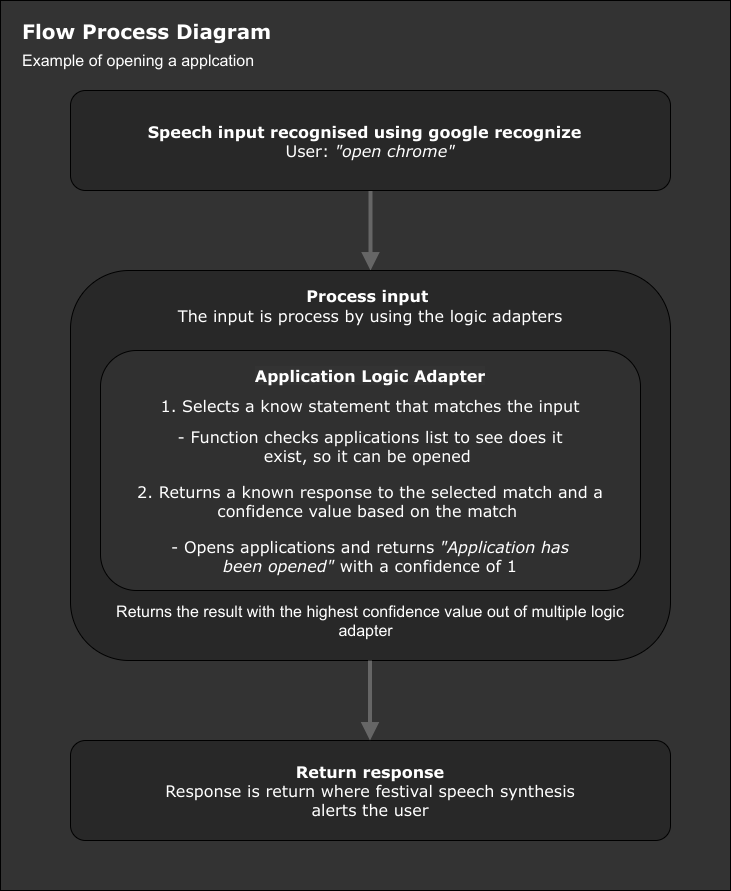
This is uploads/nutons_process_flow.png from CathalButler/nuton, a draw.io export, as it was before one commit. Source tidied: cells renumbered, new cells last; positions are measured from the earlier drawing's top-left corner, leaving out a move shared by most shapes. The source it was exported from:
```xml
<mxGraphModel>
  <root>
    <mxCell id="0" />
    <mxCell id="1" parent="0" />
    <mxCell id="2" style="rounded=0;whiteSpace=wrap;html=1;fontColor=none;labelBackgroundColor=#ffffff;noLabel=1;fillColor=#333333;" parent="1" vertex="1">
      <mxGeometry width="730" height="890" as="geometry" />
    </mxCell>
    <mxCell id="3" style="rounded=0;html=1;jettySize=auto;fontSize=13;endArrow=block;endFill=1;endSize=8;strokeWidth=4;shadow=0;labelBackgroundColor=none;edgeStyle=orthogonalEdgeStyle;entryX=0.5;entryY=0;entryDx=0;entryDy=0;strokeColor=#666666;" parent="1" edge="1" source="4" target="5">
      <mxGeometry relative="1" as="geometry" />
    </mxCell>
    <mxCell id="4" value="&lt;b style=&quot;color: rgb(255 , 255 , 255)&quot;&gt;S&lt;/b&gt;&lt;font color=&quot;#ffffff&quot;&gt;&lt;b style=&quot;font-size: 16px&quot;&gt;peech input recognised using google &lt;/b&gt;&lt;b&gt;recognize&lt;/b&gt;&lt;b style=&quot;font-size: 16px&quot;&gt;&amp;nbsp;&amp;nbsp;&lt;/b&gt;&lt;br&gt;User:&lt;i style=&quot;font-size: 16px&quot;&gt; &quot;open chrome&quot;&lt;/i&gt;&lt;br&gt;&lt;/font&gt;" style="rounded=1;whiteSpace=wrap;html=1;fontSize=16;glass=0;strokeWidth=1;shadow=0;fillColor=#282828;fontFamily=Verdana;" parent="1" vertex="1">
      <mxGeometry x="70" y="90" width="600" height="100" as="geometry" />
    </mxCell>
    <mxCell id="5" style="rounded=1;whiteSpace=wrap;html=1;labelPosition=center;verticalLabelPosition=top;align=center;verticalAlign=bottom;fillColor=#282828;" parent="1" vertex="1">
      <mxGeometry x="70" y="270" width="600" height="390" as="geometry" />
    </mxCell>
    <mxCell id="6" value="&lt;font style=&quot;font-size: 16px&quot; color=&quot;#ffffff&quot;&gt;&lt;b&gt;&lt;br&gt;&lt;/b&gt;&lt;/font&gt;" style="rounded=1;whiteSpace=wrap;html=1;fillColor=#303030;align=center;labelPosition=center;verticalLabelPosition=middle;verticalAlign=middle;" parent="1" vertex="1">
      <mxGeometry x="100" y="350" width="540" height="240" as="geometry" />
    </mxCell>
    <mxCell id="7" value="&lt;b style=&quot;font-size: 16px;&quot;&gt;&lt;font color=&quot;#ffffff&quot; style=&quot;font-size: 16px;&quot;&gt;Process input&amp;nbsp;&lt;/font&gt;&lt;/b&gt;" style="text;html=1;align=center;verticalAlign=middle;whiteSpace=wrap;rounded=0;fontFamily=Verdana;fontSize=16;" parent="1" vertex="1">
      <mxGeometry x="70" y="280" width="600" height="30" as="geometry" />
    </mxCell>
    <mxCell id="8" value="&lt;font style=&quot;font-size: 20px&quot;&gt;Flow Process Diagram&lt;br&gt;&lt;/font&gt;" style="text;html=1;strokeColor=none;fillColor=none;align=left;verticalAlign=middle;whiteSpace=wrap;rounded=0;labelBackgroundColor=#333333;fontColor=#FFFFFF;fontStyle=1;fontFamily=Verdana;fontSize=16;" parent="1" vertex="1">
      <mxGeometry x="20" y="10" width="270" height="40" as="geometry" />
    </mxCell>
    <mxCell id="9" value="&lt;font color=&quot;#ffffff&quot;&gt;The input is process by using the logic adapters&lt;/font&gt;" style="text;html=1;align=center;verticalAlign=middle;whiteSpace=wrap;rounded=0;fontFamily=Verdana;fontSize=16;" parent="1" vertex="1">
      <mxGeometry x="70" y="300" width="600" height="30" as="geometry" />
    </mxCell>
    <mxCell id="10" value="Application Logic Adapter" style="text;html=1;strokeColor=none;fillColor=none;align=center;verticalAlign=middle;whiteSpace=wrap;rounded=0;labelBackgroundColor=#333333;fontColor=#FFFFFF;fontStyle=1;fontFamily=Verdana;fontSize=16;" parent="1" vertex="1">
      <mxGeometry x="100" y="355" width="540" height="40" as="geometry" />
    </mxCell>
    <mxCell id="11" value="&lt;font color=&quot;#ffffff&quot;&gt;1. Selects a know statement that matches&amp;nbsp;the input&lt;/font&gt;" style="text;html=1;align=center;verticalAlign=middle;whiteSpace=wrap;rounded=0;fontFamily=Verdana;fontSize=16;" parent="1" vertex="1">
      <mxGeometry x="100" y="390" width="540" height="30" as="geometry" />
    </mxCell>
    <mxCell id="12" value="&lt;font color=&quot;#ffffff&quot;&gt;2. Returns a known response&amp;nbsp;to the selected match and a confidence value based on the match&amp;nbsp;&lt;/font&gt;" style="text;html=1;align=center;verticalAlign=middle;whiteSpace=wrap;rounded=0;fontFamily=Verdana;fontSize=16;" parent="1" vertex="1">
      <mxGeometry x="100" y="480" width="540" height="40" as="geometry" />
    </mxCell>
    <mxCell id="13" value="&lt;font color=&quot;#ffffff&quot;&gt;- Function checks applications list to see does it exist, so it can be opened&amp;nbsp;&lt;/font&gt;" style="text;html=1;align=center;verticalAlign=middle;whiteSpace=wrap;rounded=0;fontFamily=Verdana;fontSize=16;" parent="1" vertex="1">
      <mxGeometry x="160" y="430" width="420" height="30" as="geometry" />
    </mxCell>
    <mxCell id="14" value="&lt;font color=&quot;#ffffff&quot;&gt;- Opens applications and returns &lt;i&gt;&quot;Application has been opened&quot; &lt;/i&gt;with a confidence of 1&lt;/font&gt;" style="text;html=1;align=center;verticalAlign=middle;whiteSpace=wrap;rounded=0;fontFamily=Verdana;fontSize=16;" parent="1" vertex="1">
      <mxGeometry x="160" y="540" width="420" height="30" as="geometry" />
    </mxCell>
    <mxCell id="15" value="&lt;span style=&quot;font-size: 16px&quot;&gt;&lt;font color=&quot;#ffffff&quot; style=&quot;font-size: 16px&quot;&gt;&lt;b&gt;Return response&lt;br&gt;&lt;/b&gt;Response is return where festival speech synthesis&lt;br&gt;alerts the user&lt;br&gt;&lt;/font&gt;&lt;/span&gt;" style="rounded=1;whiteSpace=wrap;html=1;fontSize=16;glass=0;strokeWidth=1;shadow=0;fillColor=#282828;fontFamily=Verdana;" parent="1" vertex="1">
      <mxGeometry x="70" y="740" width="600" height="100" as="geometry" />
    </mxCell>
    <mxCell id="16" value="&lt;font style=&quot;font-size: 16px&quot;&gt;Example of opening a applcation&lt;/font&gt;" style="text;html=1;strokeColor=none;fillColor=none;align=left;verticalAlign=middle;whiteSpace=wrap;rounded=0;fontSize=13;fontColor=#FFFFFF;fontFamily=Helvetica;" parent="1" vertex="1">
      <mxGeometry x="20" y="50" width="410" height="20" as="geometry" />
    </mxCell>
    <mxCell id="17" value="Returns the result with the highest confidence value out of multiple logic adapter&amp;nbsp;&amp;nbsp;" style="text;html=1;strokeColor=none;fillColor=none;align=center;verticalAlign=middle;whiteSpace=wrap;rounded=0;fontFamily=Helvetica;fontSize=16;fontColor=#FFFFFF;" parent="1" vertex="1">
      <mxGeometry x="100" y="610" width="540" height="20" as="geometry" />
    </mxCell>
    <mxCell id="18" style="rounded=0;html=1;jettySize=auto;orthogonalLoop=1;fontSize=13;endArrow=block;endFill=1;endSize=8;strokeWidth=4;shadow=0;labelBackgroundColor=none;edgeStyle=orthogonalEdgeStyle;entryX=0.5;entryY=0;entryDx=0;entryDy=0;strokeColor=#666666;" parent="1" edge="1">
      <mxGeometry relative="1" as="geometry">
        <mxPoint x="369.5" y="660" as="sourcePoint" />
        <mxPoint x="369.5" y="740" as="targetPoint" />
        <Array as="points">
          <mxPoint x="369.5" y="700" />
          <mxPoint x="369.5" y="700" />
        </Array>
      </mxGeometry>
    </mxCell>
  </root>
</mxGraphModel>
```
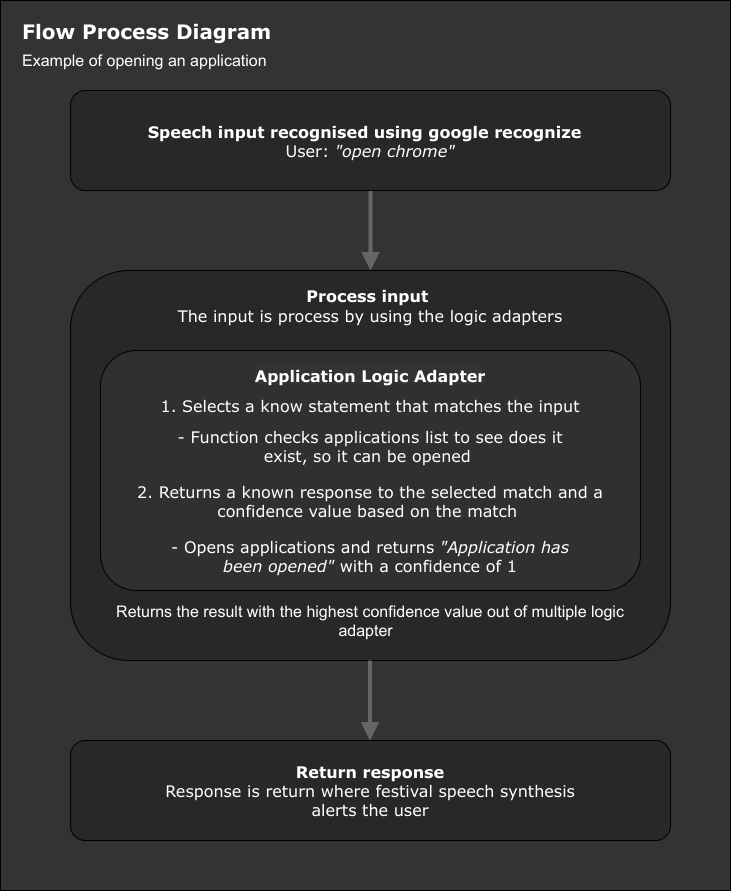
After the commit.

Commit message:
Updated Nutons text to speech to now use eSpeak as its more compatible. Updated README.md

Diff of the diagram source:
```diff
@@ -44,7 +44,7 @@
     <mxCell id="15" value="&lt;span style=&quot;font-size: 16px&quot;&gt;&lt;font color=&quot;#ffffff&quot; style=&quot;font-size: 16px&quot;&gt;&lt;b&gt;Return response&lt;br&gt;&lt;/b&gt;Response is return where festival speech synthesis&lt;br&gt;alerts the user&lt;br&gt;&lt;/font&gt;&lt;/span&gt;" style="rounded=1;whiteSpace=wrap;html=1;fontSize=16;glass=0;strokeWidth=1;shadow=0;fillColor=#282828;fontFamily=Verdana;" parent="1" vertex="1">
       <mxGeometry x="70" y="740" width="600" height="100" as="geometry" />
     </mxCell>
-    <mxCell id="16" value="&lt;font style=&quot;font-size: 16px&quot;&gt;Example of opening a applcation&lt;/font&gt;" style="text;html=1;strokeColor=none;fillColor=none;align=left;verticalAlign=middle;whiteSpace=wrap;rounded=0;fontSize=13;fontColor=#FFFFFF;fontFamily=Helvetica;" parent="1" vertex="1">
+    <mxCell id="16" value="&lt;font style=&quot;font-size: 16px&quot;&gt;Example of opening an application&lt;/font&gt;" style="text;html=1;strokeColor=none;fillColor=none;align=left;verticalAlign=middle;whiteSpace=wrap;rounded=0;fontSize=13;fontColor=#FFFFFF;fontFamily=Helvetica;" parent="1" vertex="1">
       <mxGeometry x="20" y="50" width="410" height="20" as="geometry" />
     </mxCell>
     <mxCell id="17" value="Returns the result with the highest confidence value out of multiple logic adapter&amp;nbsp;&amp;nbsp;" style="text;html=1;strokeColor=none;fillColor=none;align=center;verticalAlign=middle;whiteSpace=wrap;rounded=0;fontFamily=Helvetica;fontSize=16;fontColor=#FFFFFF;" parent="1" vertex="1">
```
